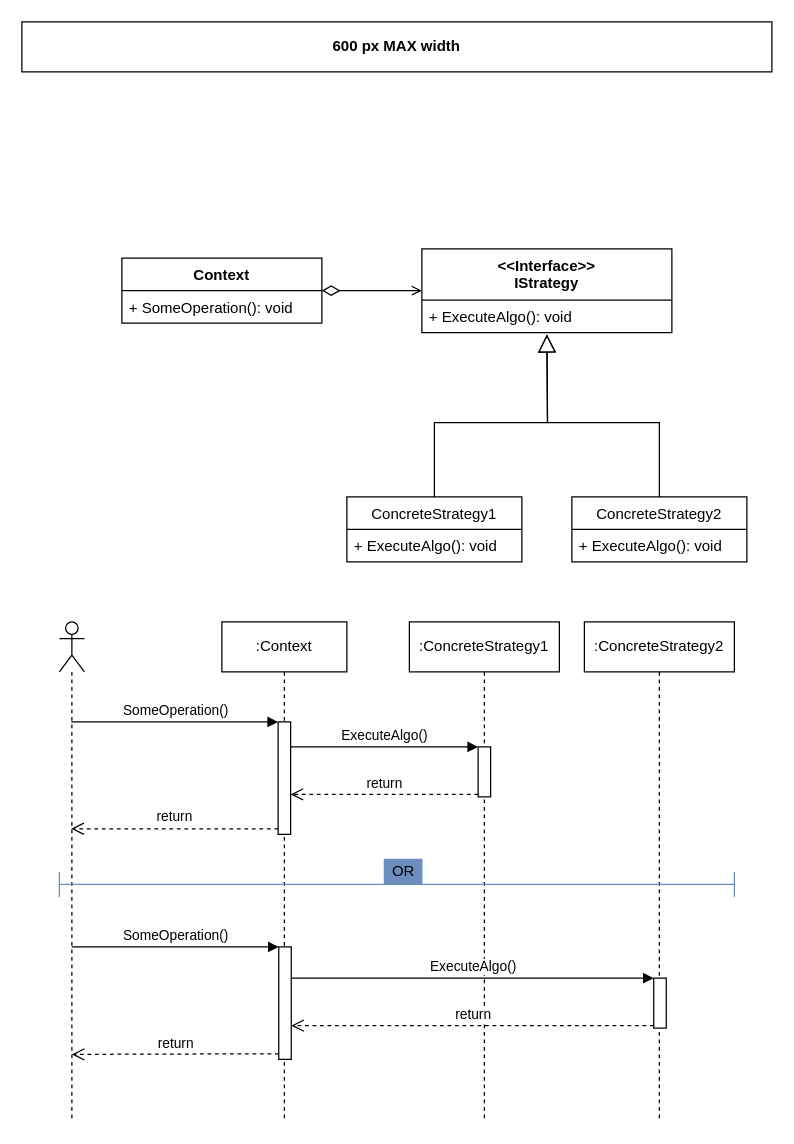
Before: page "Strategy" (1 of 5) of Diagrams/Strategy, Factory, and Singleton.drawio in PacktPublishing/Architecting-ASP.NET-Core-Applications-3E, a draw.io diagram. Source tidied: cells renumbered, new cells numbered last; positions are measured from the earlier drawing's top-left corner, leaving out a move shared by most shapes. Both pictures are drawn from the tidied source at 125%, with x=0, y=0 at pixel (21, 21).
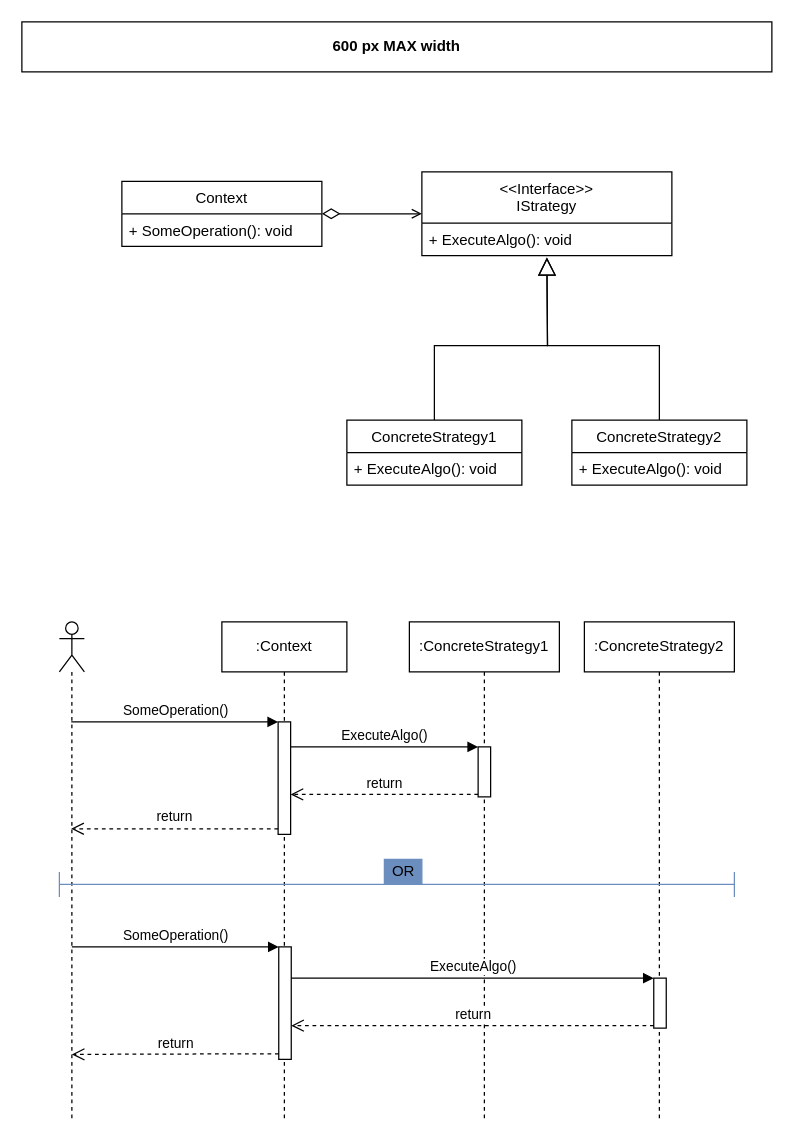
After the change.

Commit message (it also covers changes not shown here):
Update Strategy Diagram

The edit, as a diff of the source:
```diff
@@
-    <mxCell id="3" value="Context" style="swimlane;fontStyle=1;align=center;verticalAlign=top;horizontal=1;startSize=26;swimlaneFillColor=default;" parent="1" vertex="1">
-      <mxGeometry x="80" y="189" width="160" height="52" as="geometry" />
+    <mxCell id="3" value="Context" style="swimlane;fontStyle=0;align=center;verticalAlign=top;horizontal=1;startSize=26;swimlaneFillColor=default;" parent="1" vertex="1">
+      <mxGeometry x="80" y="127.5" width="160" height="52" as="geometry" />
     </mxCell>
@@
     <mxCell id="5" style="edgeStyle=orthogonalEdgeStyle;rounded=0;html=1;jettySize=auto;endArrow=block;endFill=0;endSize=12;exitX=0.5;exitY=0;exitDx=0;exitDy=0;" parent="1" edge="1" source="6">
       <mxGeometry relative="1" as="geometry">
-        <mxPoint x="420" y="250" as="targetPoint" />
+        <mxPoint x="420" y="188.5" as="targetPoint" />
       </mxGeometry>
     </mxCell>
     <mxCell id="6" value="ConcreteStrategy1" style="swimlane;fontStyle=0;horizontal=1;startSize=26;strokeColor=default;fillColor=default;swimlaneFillColor=default;" parent="1" vertex="1">
-      <mxGeometry x="260" y="380" width="140" height="52" as="geometry" />
+      <mxGeometry x="260" y="318.5" width="140" height="52" as="geometry" />
     </mxCell>
@@
     <mxCell id="8" style="edgeStyle=orthogonalEdgeStyle;rounded=0;html=1;jettySize=auto;endArrow=block;endFill=0;endSize=12;exitX=0.5;exitY=0;exitDx=0;exitDy=0;" parent="1" edge="1" source="9">
       <mxGeometry relative="1" as="geometry">
-        <mxPoint x="420" y="250" as="targetPoint" />
+        <mxPoint x="420" y="188.5" as="targetPoint" />
       </mxGeometry>
     </mxCell>
     <mxCell id="9" value="ConcreteStrategy2" style="swimlane;fontStyle=0;horizontal=1;startSize=26;swimlaneFillColor=default;" parent="1" vertex="1">
-      <mxGeometry x="440" y="380" width="140" height="52" as="geometry" />
+      <mxGeometry x="440" y="318.5" width="140" height="52" as="geometry" />
     </mxCell>
@@
-    <mxCell id="29" value="&lt;&lt;Interface&gt;&gt;&#10;IStrategy" style="swimlane;fontStyle=1;align=center;verticalAlign=top;horizontal=1;startSize=41;swimlaneFillColor=default;" parent="1" vertex="1">
-      <mxGeometry x="320" y="181.5" width="200" height="67" as="geometry" />
+    <mxCell id="29" value="&lt;&lt;Interface&gt;&gt;&#10;IStrategy" style="swimlane;fontStyle=0;align=center;verticalAlign=top;horizontal=1;startSize=41;swimlaneFillColor=default;" parent="1" vertex="1">
+      <mxGeometry x="320" y="120" width="200" height="67" as="geometry" />
     </mxCell>
```
